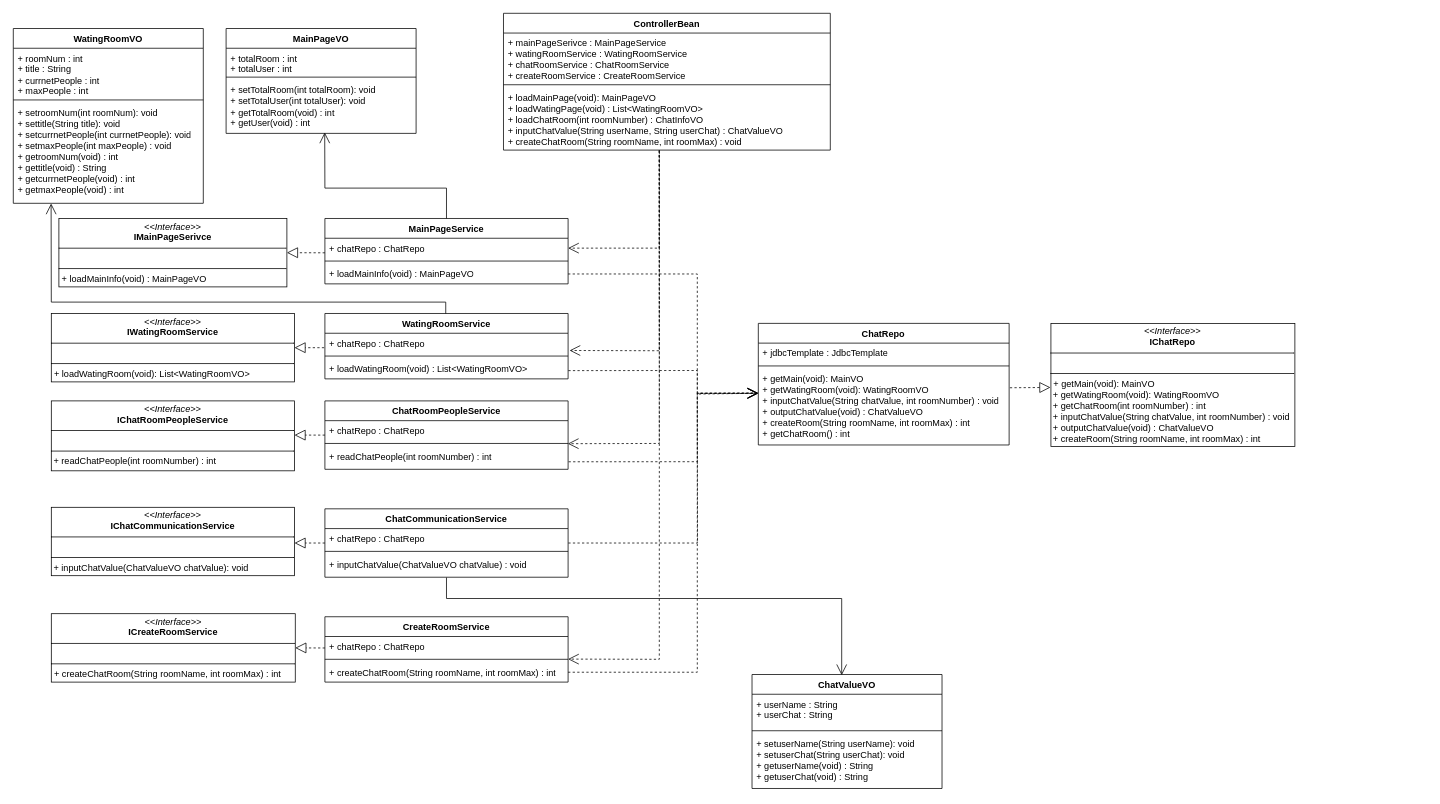
Before: 3. UML/ClassDiagram.drawio in bumjinDev/ChatProgram, a draw.io diagram. Source tidied: cells renumbered, new cells numbered last; positions are measured from the earlier drawing's top-left corner, leaving out a move shared by most shapes. Both pictures are drawn from the tidied source at 76%, with x=0, y=0 at pixel (13, 13).
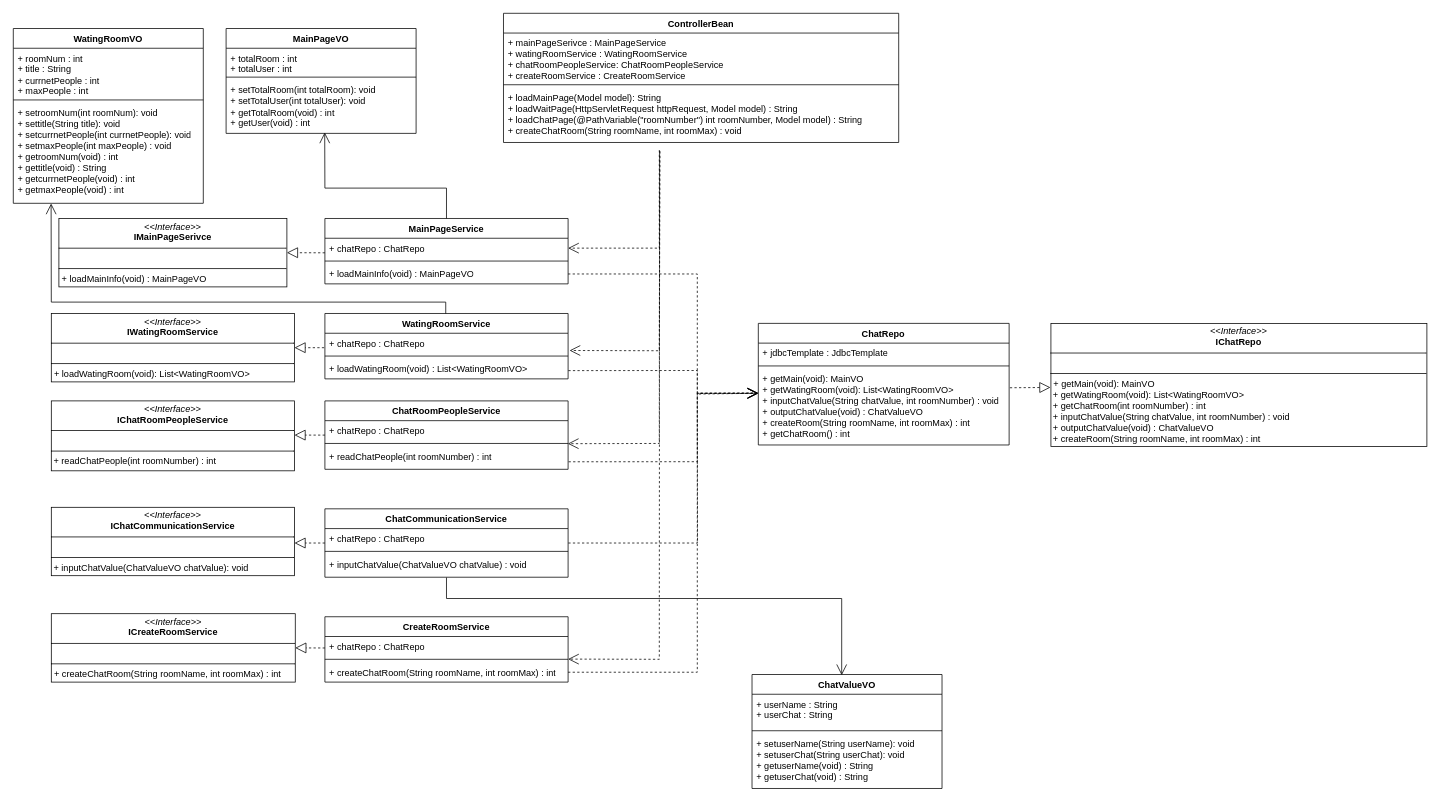
The same page after the edit.

Commit message (it also covers changes not shown here):
commit : 클래스 다이어 그램 수정

Unchanged cells that the change refers to:
```xml
<mxCell id="17" value="+ chatRepo : ChatRepo" style="text;strokeColor=none;fillColor=none;align=left;verticalAlign=top;spacingLeft=4;spacingRight=4;overflow=hidden;points=[[0,0.5],[1,0.5]];portConstraint=eastwest;whiteSpace=wrap;html=1;" parent="16" vertex="1">
  <mxGeometry y="26" width="320" height="26" as="geometry" />
</mxCell>
<mxCell id="34" style="line;strokeWidth=1;fillColor=none;align=left;verticalAlign=middle;spacingTop=-1;spacingLeft=3;spacingRight=3;labelPosition=right;points=[];portConstraint=eastwest;strokeColor=inherit;" parent="32" vertex="1">
  <mxGeometry y="52" width="320" height="8" as="geometry" />
</mxCell>
<mxCell id="62" value="ChatRepo" style="swimlane;fontStyle=1;align=center;verticalAlign=top;horizontal=1;startSize=26;whiteSpace=wrap;html=1;" parent="1" vertex="1">
  <mxGeometry x="980.3" y="408" width="330" height="160" as="geometry" />
</mxCell>
```

Change to the diagram source:
```diff
@@
-    <mxCell id="2" value="ControllerBean" style="swimlane;fontStyle=1;align=center;verticalAlign=top;horizontal=1;startSize=26;whiteSpace=wrap;html=1;" parent="1" vertex="1">
-      <mxGeometry x="645" width="430" height="180" as="geometry" />
-    </mxCell>
-    <mxCell id="3" value="&lt;div&gt;+ mainPageSerivce : MainPageService&lt;/div&gt;&lt;div&gt;+ watingRoomService : WatingRoomService&lt;/div&gt;&lt;div&gt;+ chatRoomService : ChatRoomService&lt;/div&gt;&lt;div&gt;+ createRoomService : CreateRoomService&lt;/div&gt;" style="text;strokeColor=none;fillColor=none;align=left;verticalAlign=top;spacingLeft=4;spacingRight=4;overflow=hidden;whiteSpace=wrap;html=1;" parent="2" vertex="1">
-      <mxGeometry y="26" width="430" height="64" as="geometry" />
-    </mxCell>
-    <mxCell id="4" style="line;strokeWidth=1;fillColor=none;align=left;verticalAlign=middle;spacingTop=-1;spacingLeft=3;spacingRight=3;labelPosition=right;strokeColor=inherit;" parent="2" vertex="1">
-      <mxGeometry y="90" width="430" height="8" as="geometry" />
-    </mxCell>
-    <mxCell id="5" value="+ loadMainPage(void): MainPageVO&lt;div&gt;+ loadWatingPage(void) :&amp;nbsp;&lt;span style=&quot;background-color: initial;&quot;&gt;List&amp;lt;WatingRoomVO&amp;gt;&lt;/span&gt;&lt;/div&gt;&lt;div&gt;&lt;span style=&quot;background-color: initial;&quot;&gt;+ loadChatRoom(int roomNumber) : ChatInfoVO&lt;/span&gt;&lt;/div&gt;&lt;div&gt;&lt;span style=&quot;background-color: initial;&quot;&gt;+ inputChatValue(String userName, String userChat) : ChatValueVO&lt;/span&gt;&lt;/div&gt;&lt;div&gt;&lt;span style=&quot;background-color: initial;&quot;&gt;+ createChatRoom(String roomName, int roomMax) : void&lt;/span&gt;&lt;/div&gt;" style="text;strokeColor=none;fillColor=none;align=left;verticalAlign=top;spacingLeft=4;spacingRight=4;overflow=hidden;points=[[0,0.5],[1,0.5]];portConstraint=eastwest;whiteSpace=wrap;html=1;" parent="2" vertex="1">
-      <mxGeometry y="98" width="430" height="82" as="geometry" />
-    </mxCell>
@@
-    <mxCell id="40" style="endArrow=open;endSize=12;dashed=1;html=1;rounded=0;exitX=0.476;exitY=1.006;exitDx=0;exitDy=0;exitPerimeter=0;entryX=1.006;entryY=0.872;entryDx=0;entryDy=0;entryPerimeter=0;" parent="1" edge="1" source="5" target="17">
+    <mxCell id="40" style="endArrow=open;endSize=12;dashed=1;html=1;rounded=0;exitX=0.396;exitY=1.018;exitDx=0;exitDy=0;exitPerimeter=0;entryX=1.006;entryY=0.872;entryDx=0;entryDy=0;entryPerimeter=0;" parent="1" edge="1" target="17">
       <mxGeometry x="0.57" y="102" relative="1" as="geometry">
+        <mxPoint x="850.9" y="181.5" as="sourcePoint" />
         <Array as="points">
           <mxPoint x="850" y="444" />
         </Array>
       </mxGeometry>
     </mxCell>
-    <mxCell id="41" style="endArrow=open;endSize=12;dashed=1;html=1;rounded=0;entryX=0.999;entryY=1.165;entryDx=0;entryDy=0;entryPerimeter=0;exitX=0.477;exitY=1.007;exitDx=0;exitDy=0;exitPerimeter=0;" parent="1" edge="1" source="5">
+    <mxCell id="41" style="endArrow=open;endSize=12;dashed=1;html=1;rounded=0;entryX=0.999;entryY=1.165;entryDx=0;entryDy=0;entryPerimeter=0;exitX=0.395;exitY=1.01;exitDx=0;exitDy=0;exitPerimeter=0;" parent="1" edge="1">
       <mxGeometry x="0.57" y="102" relative="1" as="geometry">
+        <mxPoint x="850.4" y="180.8" as="sourcePoint" />
         <mxPoint x="729.7" y="566.3" as="targetPoint" />
         <Array as="points">
           <mxPoint x="850" y="566" />
         </Array>
       </mxGeometry>
     </mxCell>
-    <mxCell id="42" style="endArrow=open;endSize=12;dashed=1;html=1;rounded=0;entryX=1;entryY=0.467;entryDx=0;entryDy=0;entryPerimeter=0;exitX=0.477;exitY=1.027;exitDx=0;exitDy=0;exitPerimeter=0;" parent="1" edge="1" source="5" target="34">
+    <mxCell id="42" style="endArrow=open;endSize=12;dashed=1;html=1;rounded=0;entryX=1;entryY=0.467;entryDx=0;entryDy=0;entryPerimeter=0;exitX=0.395;exitY=1.041;exitDx=0;exitDy=0;exitPerimeter=0;" parent="1" edge="1" target="34">
       <mxGeometry x="0.57" y="102" relative="1" as="geometry">
+        <mxPoint x="850.4" y="183.4" as="sourcePoint" />
         <Array as="points">
           <mxPoint x="850" y="850" />
         </Array>
       </mxGeometry>
     </mxCell>
@@
-    <mxCell id="60" value="&lt;p style=&quot;margin:0px;margin-top:4px;text-align:center;&quot;&gt;&lt;i&gt;&amp;lt;&amp;lt;Interface&amp;gt;&amp;gt;&lt;/i&gt;&lt;br&gt;&lt;b&gt;IChatRepo&lt;/b&gt;&lt;/p&gt;&lt;hr size=&quot;1&quot; style=&quot;border-style:solid;&quot;&gt;&lt;p style=&quot;margin:0px;margin-left:4px;&quot;&gt;&lt;br&gt;&lt;/p&gt;&lt;hr size=&quot;1&quot; style=&quot;border-style:solid;&quot;&gt;&lt;p style=&quot;margin:0px;margin-left:4px;&quot;&gt;+ getMain(void): MainVO&lt;/p&gt;&lt;div&gt;&amp;nbsp;+ getWatingRoom(void): WatingRoomVO&lt;br&gt;&lt;/div&gt;&lt;div&gt;&amp;nbsp;+&amp;nbsp;getChatRoom(int roomNumber) : int&lt;/div&gt;&lt;div&gt;&amp;nbsp;+ inputChatValue(String chatValue, int roomNumber) : void&lt;/div&gt;&lt;div&gt;&amp;nbsp;+ outputChatValue(void) : ChatValueVO&lt;/div&gt;&lt;div&gt;&amp;nbsp;+ createRoom(String roomName, int roomMax) : int&lt;/div&gt;&lt;div&gt;&lt;br&gt;&lt;/div&gt;" style="verticalAlign=top;align=left;overflow=fill;html=1;whiteSpace=wrap;" parent="1" vertex="1">
-      <mxGeometry x="1365.3" y="408" width="321" height="162" as="geometry" />
+    <mxCell id="60" value="&lt;p style=&quot;margin:0px;margin-top:4px;text-align:center;&quot;&gt;&lt;i&gt;&amp;lt;&amp;lt;Interface&amp;gt;&amp;gt;&lt;/i&gt;&lt;br&gt;&lt;b&gt;IChatRepo&lt;/b&gt;&lt;/p&gt;&lt;hr size=&quot;1&quot; style=&quot;border-style:solid;&quot;&gt;&lt;p style=&quot;margin:0px;margin-left:4px;&quot;&gt;&lt;br&gt;&lt;/p&gt;&lt;hr size=&quot;1&quot; style=&quot;border-style:solid;&quot;&gt;&lt;p style=&quot;margin:0px;margin-left:4px;&quot;&gt;+ getMain(void): MainVO&lt;/p&gt;&lt;div&gt;&amp;nbsp;+ getWatingRoom(void):&amp;nbsp;&lt;span style=&quot;background-color: initial;&quot;&gt;List&amp;lt;WatingRoomVO&amp;gt;&lt;/span&gt;&lt;/div&gt;&lt;div&gt;&lt;span style=&quot;background-color: initial;&quot;&gt;&amp;nbsp;+&amp;nbsp;getChatRoom(int roomNumber) : int&lt;/span&gt;&lt;/div&gt;&lt;div&gt;&amp;nbsp;+ inputChatValue(String chatValue, int roomNumber) : void&lt;/div&gt;&lt;div&gt;&amp;nbsp;+ outputChatValue(void) : ChatValueVO&lt;/div&gt;&lt;div&gt;&amp;nbsp;+ createRoom(String roomName, int roomMax) : int&lt;/div&gt;&lt;div&gt;&lt;br&gt;&lt;/div&gt;" style="verticalAlign=top;align=left;overflow=fill;html=1;whiteSpace=wrap;" parent="1" vertex="1">
+      <mxGeometry x="1365.3" y="408" width="494.7" height="162" as="geometry" />
     </mxCell>
@@
-    <mxCell id="65" value="+ getMain(void): MainVO&lt;div&gt;+ getWatingRoom(void): WatingRoomVO&lt;br&gt;&lt;/div&gt;&lt;div&gt;+ inputChatValue(String chatValue, int roomNumber) : void&lt;/div&gt;&lt;div&gt;+ outputChatValue(void) : ChatValueVO&lt;/div&gt;&lt;div&gt;+ createRoom(String roomName, int roomMax) : int&lt;/div&gt;&lt;div&gt;+&amp;nbsp;getChatRoom() : int&lt;/div&gt;" style="text;strokeColor=none;fillColor=none;align=left;verticalAlign=top;spacingLeft=4;spacingRight=4;overflow=hidden;whiteSpace=wrap;html=1;" parent="62" vertex="1">
+    <mxCell id="65" value="+ getMain(void): MainVO&lt;div&gt;+ getWatingRoom(void): List&amp;lt;WatingRoomVO&amp;gt;&lt;br&gt;&lt;/div&gt;&lt;div&gt;+ inputChatValue(String chatValue, int roomNumber) : void&lt;/div&gt;&lt;div&gt;+ outputChatValue(void) : ChatValueVO&lt;/div&gt;&lt;div&gt;+ createRoom(String roomName, int roomMax) : int&lt;/div&gt;&lt;div&gt;+&amp;nbsp;getChatRoom() : int&lt;/div&gt;" style="text;strokeColor=none;fillColor=none;align=left;verticalAlign=top;spacingLeft=4;spacingRight=4;overflow=hidden;whiteSpace=wrap;html=1;" parent="62" vertex="1">
       <mxGeometry y="60" width="330" height="100" as="geometry" />
     </mxCell>
+    <mxCell id="2" value="ControllerBean" style="swimlane;fontStyle=1;align=center;verticalAlign=top;horizontal=1;startSize=26;whiteSpace=wrap;html=1;" parent="1" vertex="1">
+      <mxGeometry x="645" width="520" height="170" as="geometry" />
+    </mxCell>
+    <mxCell id="66" value="&lt;div&gt;+ mainPageSerivce : MainPageService&lt;/div&gt;&lt;div&gt;+ watingRoomService : WatingRoomService&lt;/div&gt;&lt;div&gt;+ chatRoomPeopleService: ChatRoomPeopleService&lt;/div&gt;&lt;div&gt;+ createRoomService : CreateRoomService&lt;/div&gt;" style="text;strokeColor=none;fillColor=none;align=left;verticalAlign=top;spacingLeft=4;spacingRight=4;overflow=hidden;whiteSpace=wrap;html=1;" parent="2" vertex="1">
+      <mxGeometry y="26" width="520" height="64" as="geometry" />
+    </mxCell>
+    <mxCell id="67" style="line;strokeWidth=1;fillColor=none;align=left;verticalAlign=middle;spacingTop=-1;spacingLeft=3;spacingRight=3;labelPosition=right;strokeColor=inherit;" parent="2" vertex="1">
+      <mxGeometry y="90" width="520" height="8" as="geometry" />
+    </mxCell>
+    <mxCell id="68" value="+ loadMainPage(Model model): String&lt;div&gt;+ loadWaitPage(HttpServletRequest httpRequest, Model model) :&amp;nbsp;&lt;span style=&quot;background-color: initial;&quot;&gt;String&lt;/span&gt;&lt;/div&gt;&lt;div&gt;&lt;span style=&quot;background-color: initial;&quot;&gt;+ loadChatPage(@PathVariable(&quot;roomNumber&quot;) int roomNumber, Model model) : String&lt;/span&gt;&lt;/div&gt;&lt;div&gt;&lt;span style=&quot;background-color: initial;&quot;&gt;+ createChatRoom(String roomName, int roomMax) : void&lt;/span&gt;&lt;/div&gt;" style="text;strokeColor=none;fillColor=none;align=left;verticalAlign=top;spacingLeft=4;spacingRight=4;overflow=hidden;whiteSpace=wrap;html=1;" parent="2" vertex="1">
+      <mxGeometry y="98" width="520" height="72" as="geometry" />
+    </mxCell>
```
